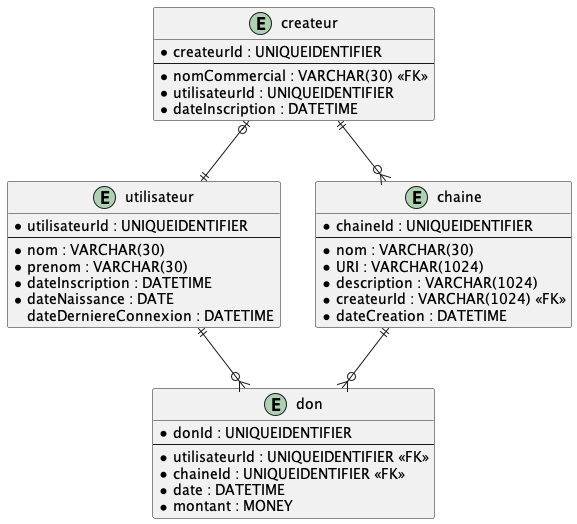
Above: images/Module01_Introduction/Module01_exercice01/Exercice_Createur.png in PiFou86/420-W34-SF (PlantUML), before the change.
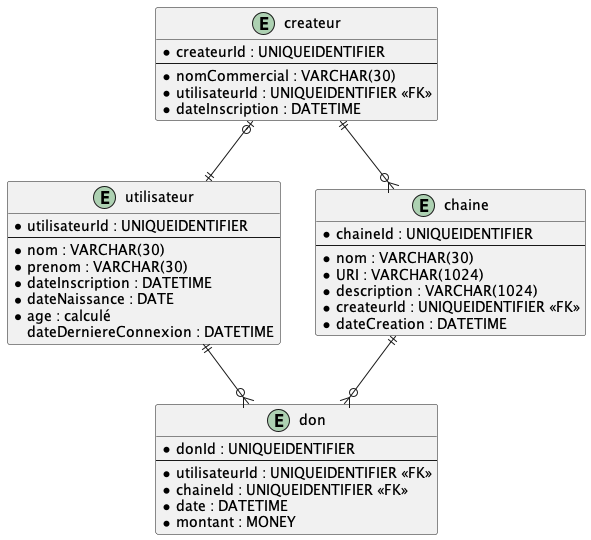
Above is the later version.

Commit message:
correction coquilles

What changed in the source:
```diff
@@ -7,14 +7,15 @@
     * prenom : VARCHAR(30)
     * dateInscription : DATETIME
     * dateNaissance : DATE
+    * age : calculé
     dateDerniereConnexion : DATETIME
 }
 
 entity createur {
     * createurId : UNIQUEIDENTIFIER
     --
-    * nomCommercial : VARCHAR(30) <<FK>>
-    * utilisateurId : UNIQUEIDENTIFIER
+    * nomCommercial : VARCHAR(30)
+    * utilisateurId : UNIQUEIDENTIFIER <<FK>>
     * dateInscription : DATETIME
 }
 
@@ -24,7 +25,7 @@
     * nom : VARCHAR(30)
     * URI : VARCHAR(1024)
     * description : VARCHAR(1024)
-    * createurId : VARCHAR(1024) <<FK>>
+    * createurId : UNIQUEIDENTIFIER <<FK>>
     * dateCreation : DATETIME
 }
 
```
